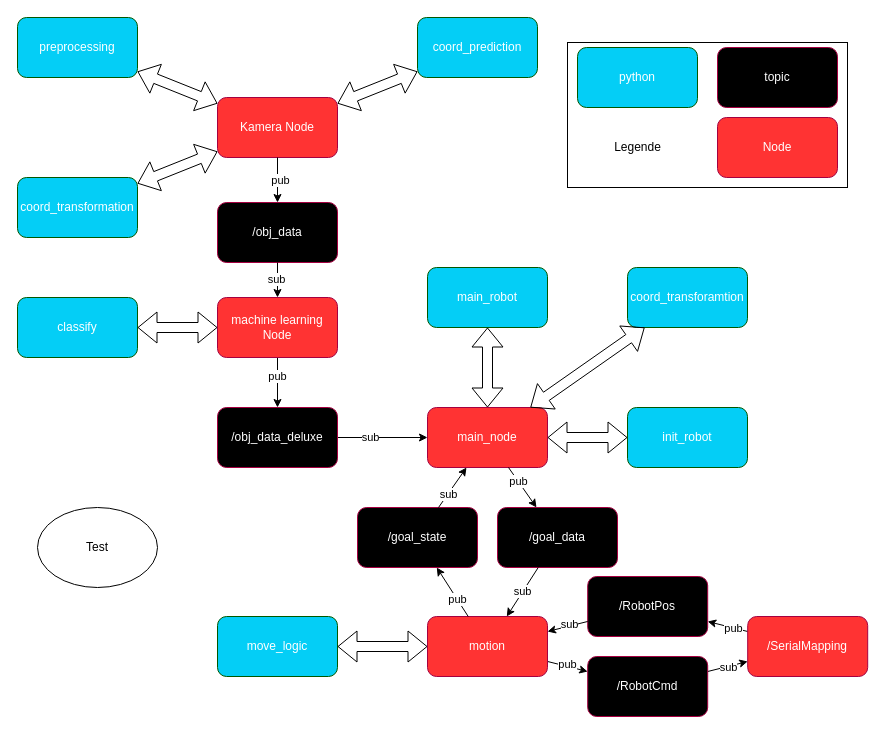
Before: misc/SW_architecture_simple.drawio in ibinsandig/Portal-zur-Exmatrikulation, a draw.io diagram. Source tidied: cells renumbered, new cells numbered last; positions are measured from the earlier drawing's top-left corner, leaving out a move shared by most shapes. Both pictures are drawn from the tidied source at 100%, with x=0, y=0 at pixel (17, 17).
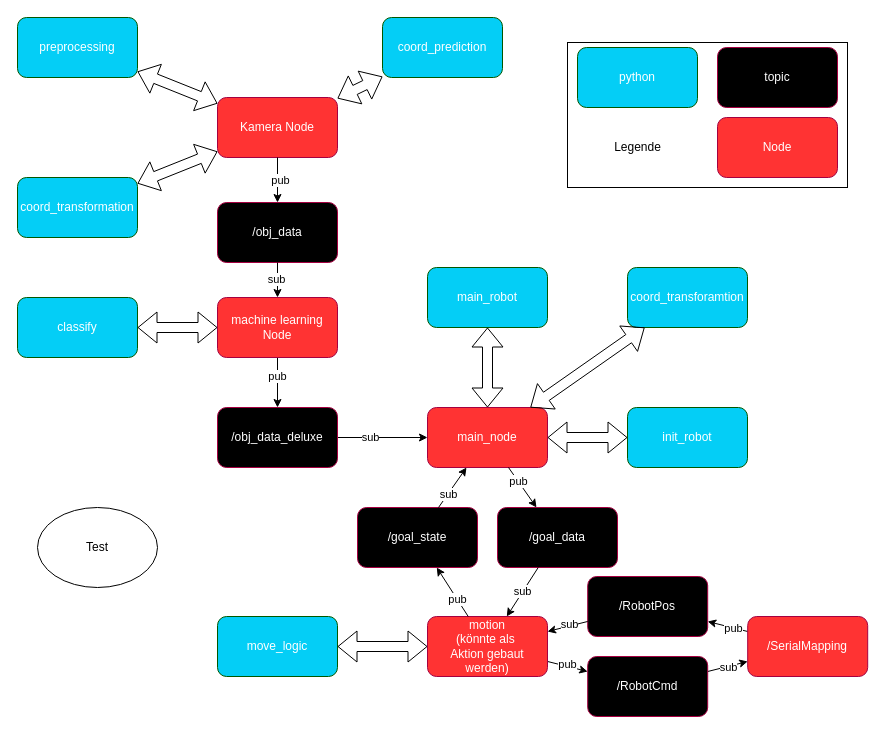
After the change.

Change to the diagram source:
```diff
@@
     <mxCell id="5" value="coord_prediction" style="rounded=1;whiteSpace=wrap;html=1;fillColor=light-dark(#04cef6, #43ba43);fontColor=#ffffff;strokeColor=#005700;" parent="1" vertex="1">
-      <mxGeometry x="400" width="120" height="60" as="geometry" />
+      <mxGeometry x="365" width="120" height="60" as="geometry" />
     </mxCell>
@@
-    <mxCell id="28" value="motion" style="rounded=1;whiteSpace=wrap;html=1;fillColor=#FF3333;fontColor=#ffffff;strokeColor=#A50040;" parent="1" vertex="1">
+    <mxCell id="28" value="motion&lt;div&gt;(könnte als&amp;nbsp;&lt;/div&gt;&lt;div&gt;Aktion gebaut werden)&lt;/div&gt;" style="rounded=1;whiteSpace=wrap;html=1;fillColor=#FF3333;fontColor=#ffffff;strokeColor=#A50040;" parent="1" vertex="1">
       <mxGeometry x="410" y="599" width="120" height="60" as="geometry" />
     </mxCell>
```
